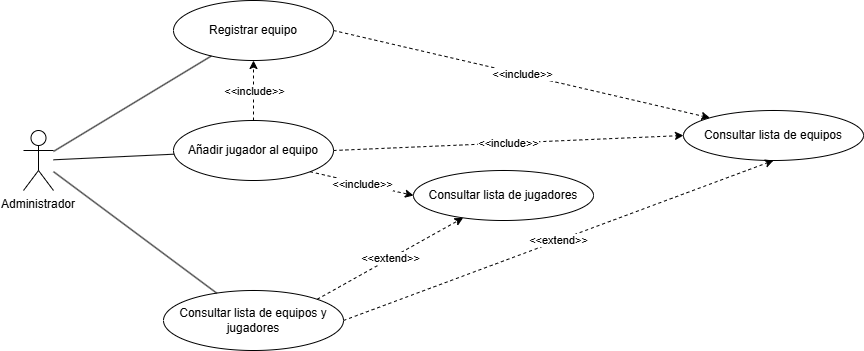
Andrie42/torneo-esports-uml keeps this draw.io diagram as diagrams/teamRegister-useCase.png. Above is the earlier version. Source tidied: cells renumbered, new cells last; positions are measured from the earlier drawing's top-left corner, leaving out a move shared by most shapes.
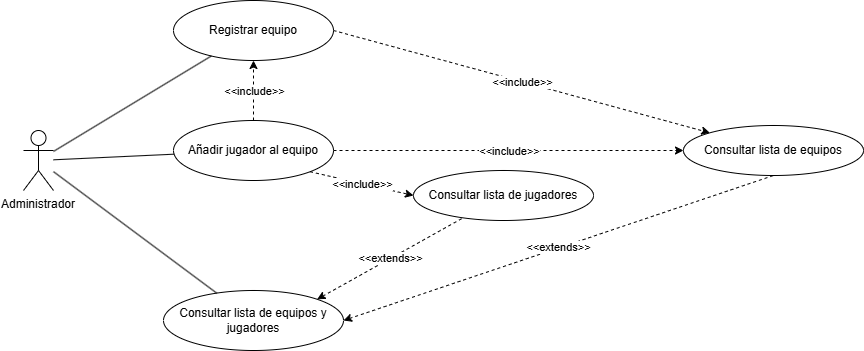
Above is the later version.

Commit message:
modificados README.md y png de useCase

What changed in the source:
```diff
@@ -15,7 +15,7 @@
       <mxGeometry x="140" y="290" width="180" height="60" as="geometry" />
     </mxCell>
     <mxCell id="6" value="Consultar lista de equipos" style="ellipse;whiteSpace=wrap;html=1;" parent="1" vertex="1">
-      <mxGeometry x="660" y="110" width="180" height="50" as="geometry" />
+      <mxGeometry x="660" y="125" width="180" height="50" as="geometry" />
     </mxCell>
     <mxCell id="7" value="Consultar lista de jugadores" style="ellipse;whiteSpace=wrap;html=1;" parent="1" vertex="1">
       <mxGeometry x="390" y="170" width="180" height="50" as="geometry" />
@@ -29,10 +29,10 @@
     <mxCell id="10" style="endArrow=none;html=1;" parent="1" edge="1" source="2" target="5">
       <mxGeometry relative="1" as="geometry" />
     </mxCell>
-    <mxCell id="11" value="&amp;lt;&amp;lt;extend&amp;gt;&amp;gt;" style="endArrow=classic;dashed=1;html=1;endFill=1;exitX=1;exitY=0.5;exitDx=0;exitDy=0;entryX=0.5;entryY=1;entryDx=0;entryDy=0;" parent="1" edge="1" source="5" target="6">
+    <mxCell id="11" value="&amp;lt;&amp;lt;extends&amp;gt;&amp;gt;" style="endArrow=none;dashed=1;html=1;endFill=1;exitX=1;exitY=0.5;exitDx=0;exitDy=0;entryX=0.5;entryY=1;entryDx=0;entryDy=0;startFill=1;startArrow=classic;" parent="1" edge="1" source="5" target="6">
       <mxGeometry relative="1" as="geometry" />
     </mxCell>
-    <mxCell id="12" value="&amp;lt;&amp;lt;extend&amp;gt;&amp;gt;" style="endArrow=classic;dashed=1;html=1;endFill=1;exitX=1;exitY=0;exitDx=0;exitDy=0;" parent="1" edge="1" source="5" target="7">
+    <mxCell id="12" value="&amp;lt;&amp;lt;extends&amp;gt;&amp;gt;" style="endArrow=none;dashed=1;html=1;endFill=1;exitX=1;exitY=0;exitDx=0;exitDy=0;startFill=1;startArrow=classic;" parent="1" edge="1" source="5" target="7">
       <mxGeometry relative="1" as="geometry" />
     </mxCell>
     <mxCell id="13" style="endArrow=classic;html=1;rounded=0;exitX=0.5;exitY=0;exitDx=0;exitDy=0;entryX=0.5;entryY=1;entryDx=0;entryDy=0;dashed=1;" parent="1" edge="1" source="4" target="3">
```
